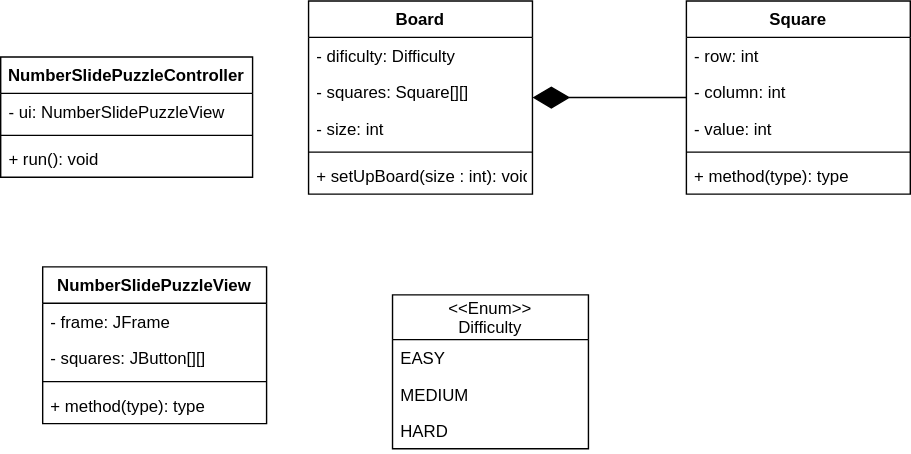
This is src/edu/neumont/csc150/uml.svg from seatwiggy/NumberSlidePuzzle, a draw.io export, as it was before one commit. Source tidied: cells renumbered, new cells last; positions are measured from the earlier drawing's top-left corner, leaving out a move shared by most shapes.
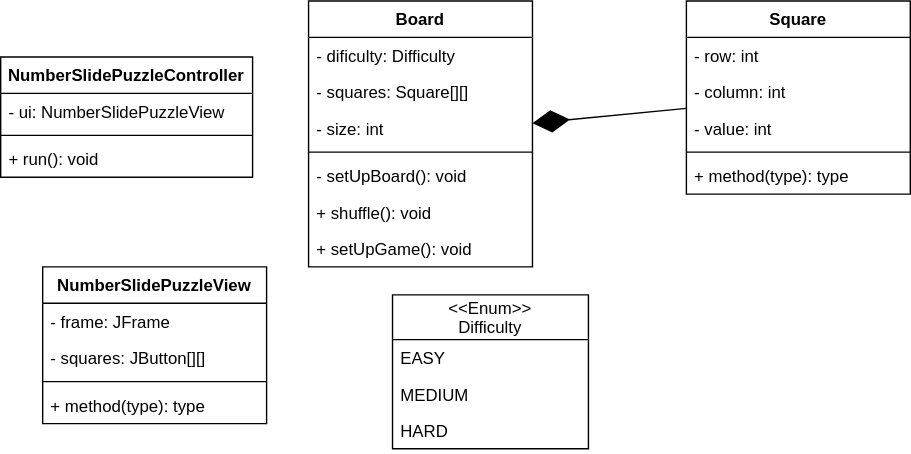
Above is the later version.

Diff of the diagram source:
```diff
@@ -48,7 +48,7 @@
       <mxGeometry y="112" width="160" height="26" as="geometry" />
     </mxCell>
     <mxCell id="17" value="Board" style="swimlane;fontStyle=1;align=center;verticalAlign=top;horizontal=1;startSize=26;" parent="1" vertex="1">
-      <mxGeometry x="220" width="160" height="138" as="geometry" />
+      <mxGeometry x="220" width="160" height="190" as="geometry" />
     </mxCell>
     <mxCell id="18" value="- dificulty: Difficulty" style="text;strokeColor=none;fillColor=none;align=left;verticalAlign=top;spacingLeft=4;spacingRight=4;overflow=hidden;" parent="17" vertex="1">
       <mxGeometry y="26" width="160" height="26" as="geometry" />
@@ -62,8 +62,14 @@
     <mxCell id="21" style="line;strokeWidth=1;fillColor=none;align=left;verticalAlign=middle;spacingTop=-1;spacingLeft=3;spacingRight=3;labelPosition=right;" parent="17" vertex="1">
       <mxGeometry y="104" width="160" height="8" as="geometry" />
     </mxCell>
+    <mxCell id="29" value="- setUpBoard(): void" style="text;strokeColor=none;fillColor=none;align=left;verticalAlign=top;spacingLeft=4;spacingRight=4;overflow=hidden;" parent="17" vertex="1">
+      <mxGeometry y="112" width="160" height="26" as="geometry" />
+    </mxCell>
+    <mxCell id="30" value="+ shuffle(): void" style="text;strokeColor=none;fillColor=none;align=left;verticalAlign=top;spacingLeft=4;spacingRight=4;overflow=hidden;" parent="17" vertex="1">
+      <mxGeometry y="138" width="160" height="26" as="geometry" />
+    </mxCell>
-    <mxCell id="22" value="+ setUpBoard(size : int): void" style="text;strokeColor=none;fillColor=none;align=left;verticalAlign=top;spacingLeft=4;spacingRight=4;overflow=hidden;" parent="17" vertex="1">
-      <mxGeometry y="112" width="160" height="26" as="geometry" />
+    <mxCell id="22" value="+ setUpGame(): void" style="text;strokeColor=none;fillColor=none;align=left;verticalAlign=top;spacingLeft=4;spacingRight=4;overflow=hidden;" parent="17" vertex="1">
+      <mxGeometry y="164" width="160" height="26" as="geometry" />
     </mxCell>
     <mxCell id="23" style="text;strokeColor=none;fillColor=none;align=left;verticalAlign=middle;spacingTop=-1;spacingLeft=4;spacingRight=4;labelPosition=right;" parent="1" vertex="1">
       <mxGeometry x="290" y="210" width="20" height="14" as="geometry" />
```
